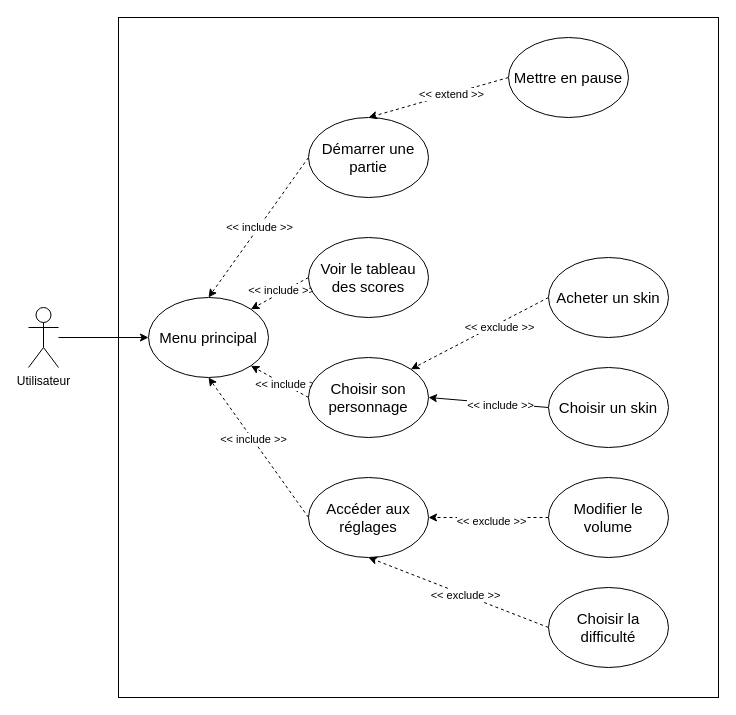
CrossyRoad-cnam/Docs keeps this draw.io diagram as diagramme/UML/drawio/Diagramme_cas_utilisation.drawio. Above is the earlier version. Source tidied: cells renumbered, new cells numbered last; positions are measured from the earlier drawing's top-left corner, leaving out a move shared by most shapes. Both pictures are drawn from the tidied source at 100%, with x=0, y=0 at pixel (28, 17).
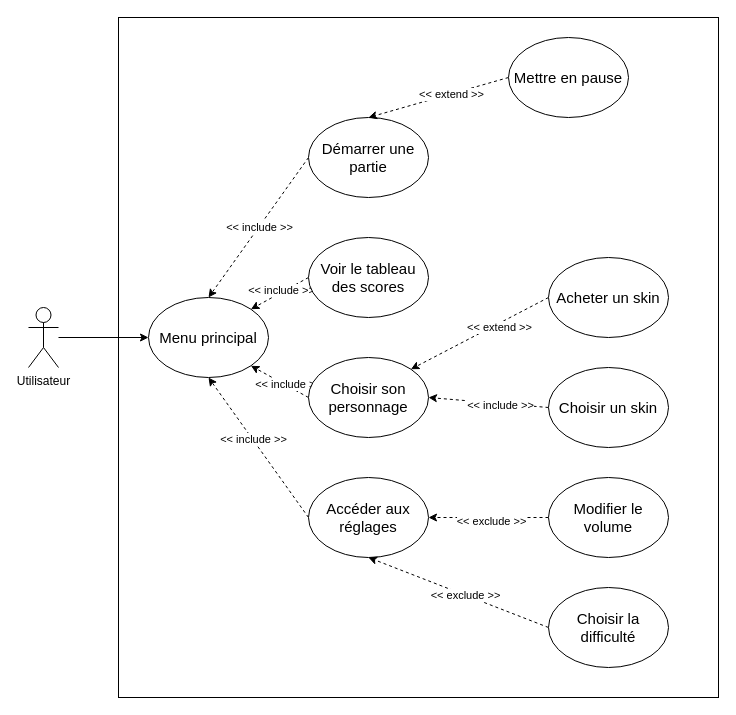
The same diagram, later.

Commit message (it also covers changes not shown here):
FEAT - Adding cas d'utilisation

The change refers to these unchanged cells:
```xml
<mxCell id="25" style="jettySize=auto;html=1;exitX=0;exitY=0.5;exitDx=0;exitDy=0;entryX=1;entryY=0;entryDx=0;entryDy=0;rounded=1;dashed=1;" parent="1" edge="1" source="27" target="15">
  <mxGeometry relative="1" as="geometry" />
</mxCell>
<mxCell id="30" value="Choisir un skin" style="ellipse;whiteSpace=wrap;html=1;fontSize=15;" parent="1" vertex="1">
  <mxGeometry x="520" y="350" width="120" height="80" as="geometry" />
</mxCell>
```

Diff of the diagram source:
```diff
@@
-    <mxCell id="26" value="&amp;lt;&amp;lt; exclude &amp;gt;&amp;gt;" style="edgeLabel;html=1;align=center;verticalAlign=middle;" parent="25" vertex="1">
+    <mxCell id="26" value="&amp;lt;&amp;lt; extend &amp;gt;&amp;gt;" style="edgeLabel;html=1;align=center;verticalAlign=middle;" parent="25" vertex="1">
       <mxGeometry x="-0.27" y="3" relative="1" as="geometry" />
     </mxCell>
@@
-    <mxCell id="28" style="jettySize=auto;html=1;exitX=0;exitY=0.5;exitDx=0;exitDy=0;rounded=1;" parent="1" edge="1" source="30">
+    <mxCell id="28" style="jettySize=auto;html=1;exitX=0;exitY=0.5;exitDx=0;exitDy=0;rounded=1;dashed=1;" parent="1" edge="1" source="30">
       <mxGeometry relative="1" as="geometry">
         <mxPoint x="400" y="380" as="targetPoint" />
       </mxGeometry>
     </mxCell>
```
